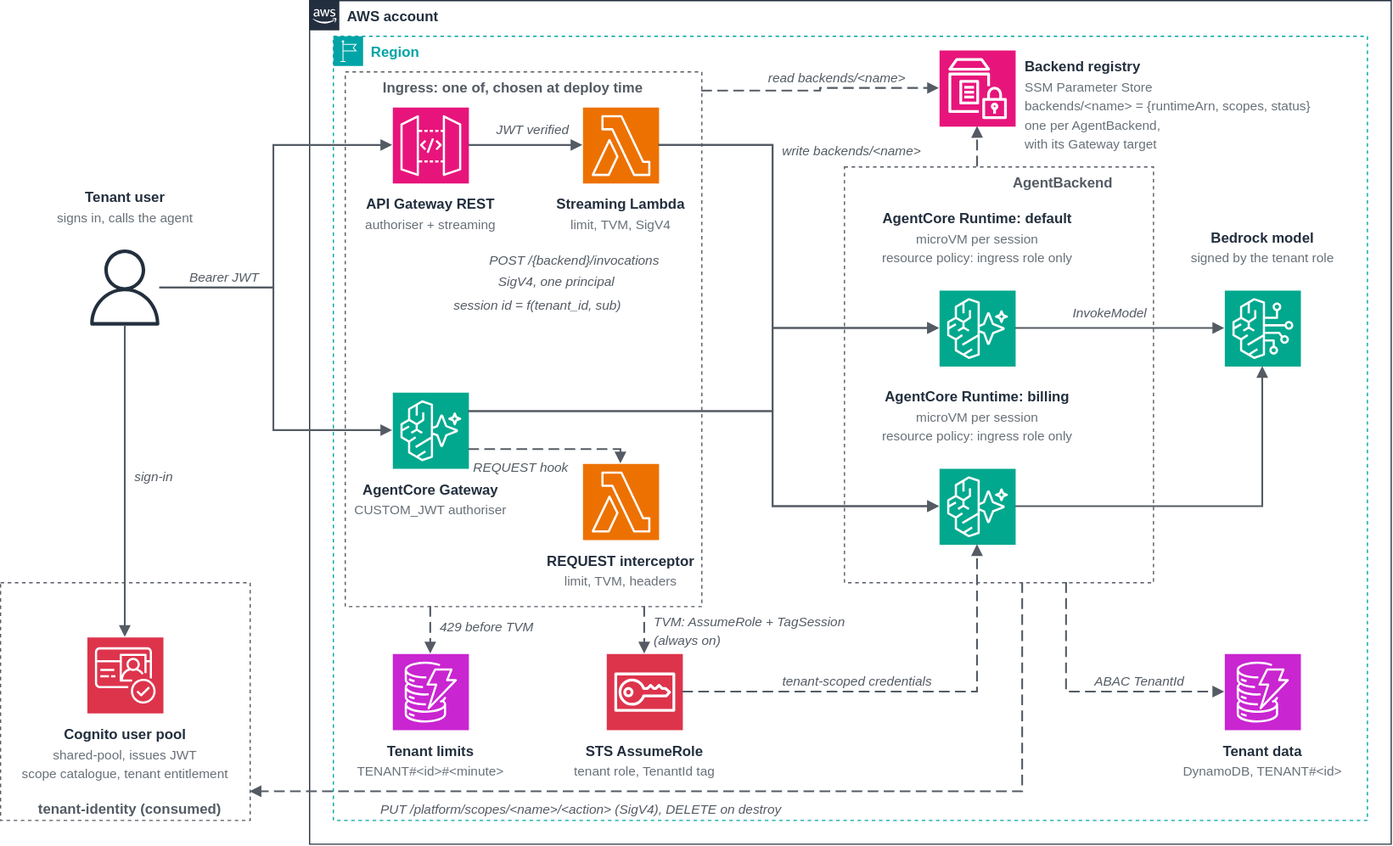
Earlier version of the draw.io export samples/agentic-runtime-isolation/diagrams/agentic-runtime-isolation.drawio.svg (aws-samples/sample-agentic-ai-acceleration-patterns). Source tidied: cells renumbered, new cells last; positions are measured from the earlier drawing's top-left corner, leaving out a move shared by most shapes.
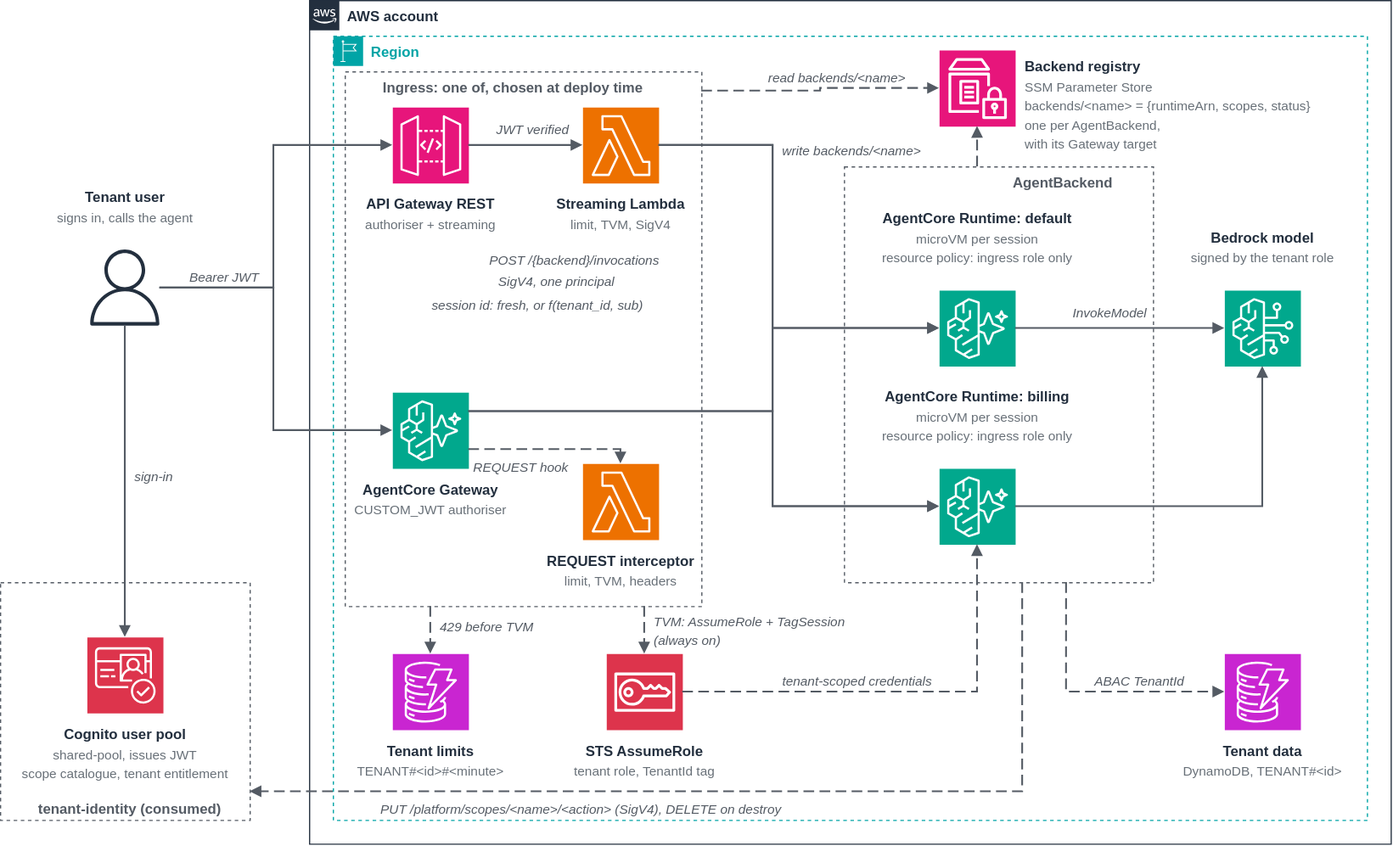
Later version of the same file.

Commit message:
agentic-runtime-isolation: diagram says the session id is fresh by default (ADR-0013)

Change to the diagram source:
```diff
@@ -71,7 +71,7 @@
     <mxCell id="24" value="limit, TVM, headers" style="text;html=0;align=center;verticalAlign=top;fontSize=11;fontStyle=0;fontColor=#687078;spacing=0;spacingTop=0;" parent="1" vertex="1">
       <mxGeometry x="451" y="478" width="142" height="16" as="geometry" />
     </mxCell>
-    <mxCell id="25" value="session id = f(tenant_id, sub)" style="text;html=0;align=center;verticalAlign=top;fontSize=11;fontStyle=2;fontColor=#545B64;spacing=0;spacingTop=0;" parent="1" vertex="1">
+    <mxCell id="25" value="session id: fresh, or f(tenant_id, sub)" style="text;html=0;align=center;verticalAlign=top;fontSize=11;fontStyle=2;fontColor=#545B64;spacing=0;spacingTop=0;" parent="1" vertex="1">
       <mxGeometry x="343.5" y="246" width="217" height="16" as="geometry" />
     </mxCell>
     <mxCell id="26" style="sketch=0;outlineConnect=0;fontColor=#232F3E;fillColor=#01A88D;strokeColor=#ffffff;dashed=0;html=0;fontSize=11;fontStyle=0;noLabel=1;shape=mxgraph.aws4.resourceIcon;resIcon=mxgraph.aws4.bedrock_agentcore;" parent="1" vertex="1">
```
